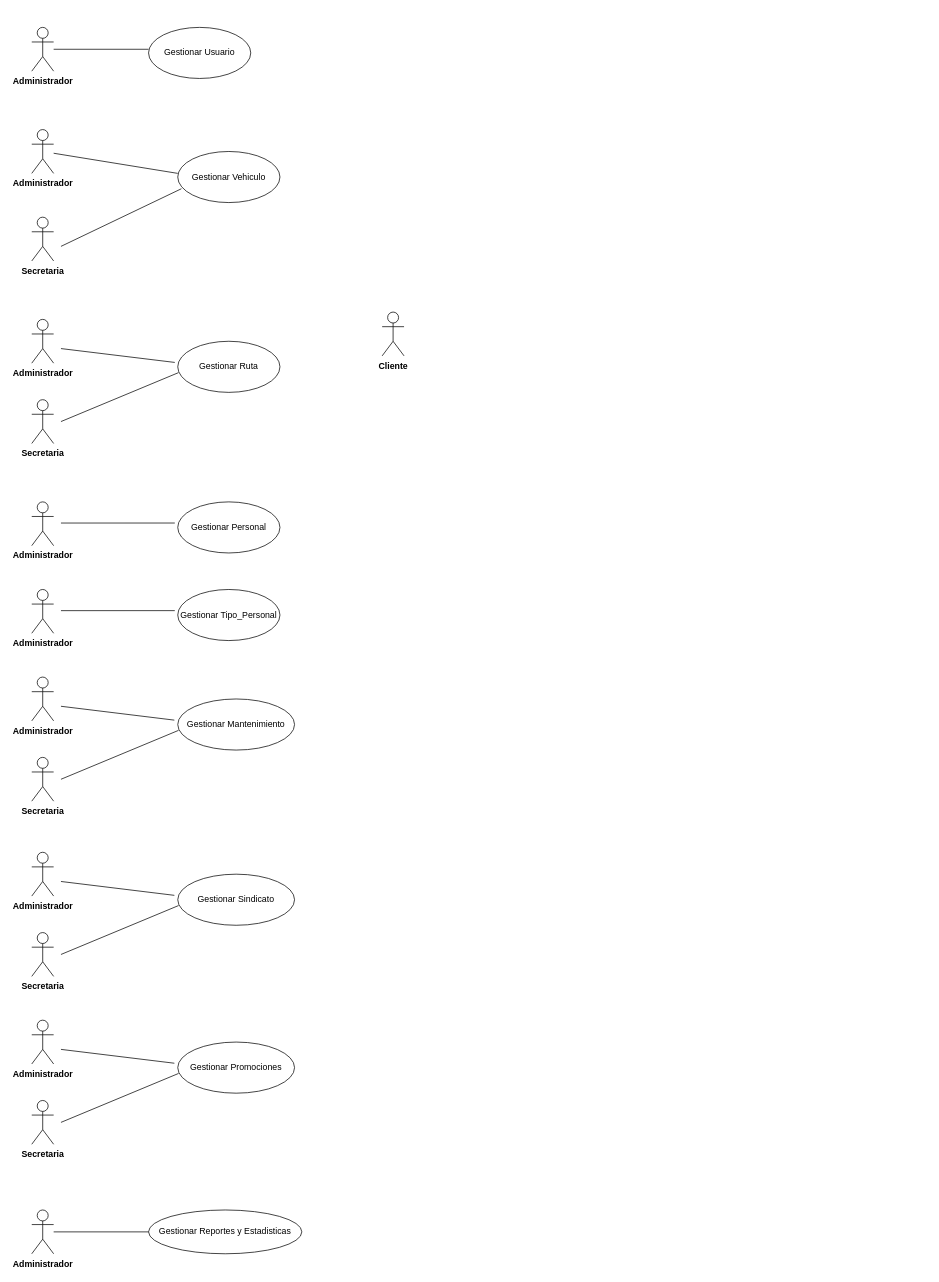
Before: page "actor-casodeuso" (4 of 10) of DIAGRAMA UML/sindicato2023.drawio in PANDITHAjr/WEB-TRANSPORTE-2022-2, a draw.io diagram. Source tidied: cells renumbered, new cells numbered last; positions are measured from the earlier drawing's top-left corner, leaving out a move shared by most shapes. Both pictures are drawn from the tidied source at 73%, with x=0, y=0 at pixel (31, 27).
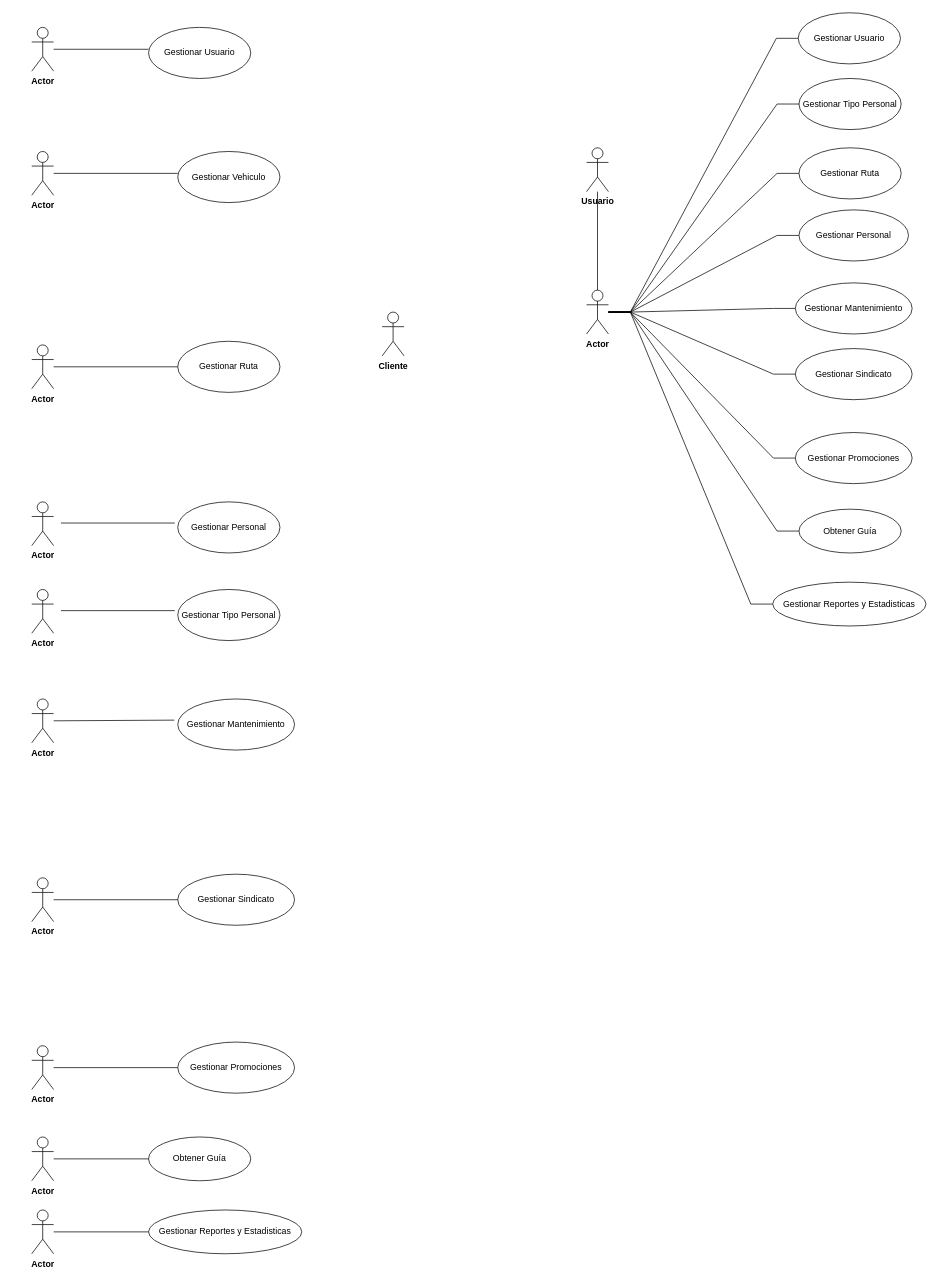
After the change.

Unchanged cells that the change refers to:
```xml
<mxCell id="7" value="Gestionar Vehiculo" style="ellipse;whiteSpace=wrap;html=1;" parent="1" vertex="1">
  <mxGeometry x="200" y="170" width="140" height="70" as="geometry" />
</mxCell>
<mxCell id="13" value="Gestionar Ruta" style="ellipse;whiteSpace=wrap;html=1;" parent="1" vertex="1">
  <mxGeometry x="200" y="430" width="140" height="70" as="geometry" />
</mxCell>
<mxCell id="24" value="Gestionar Mantenimiento" style="ellipse;whiteSpace=wrap;html=1;" parent="1" vertex="1">
  <mxGeometry x="200" y="920" width="160" height="70" as="geometry" />
</mxCell>
<mxCell id="29" value="Gestionar Sindicato" style="ellipse;whiteSpace=wrap;html=1;" parent="1" vertex="1">
  <mxGeometry x="200" y="1160" width="160" height="70" as="geometry" />
</mxCell>
<mxCell id="34" value="Gestionar Promociones" style="ellipse;whiteSpace=wrap;html=1;" parent="1" vertex="1">
  <mxGeometry x="200" y="1390" width="160" height="70" as="geometry" />
</mxCell>
```

Change to the diagram source:
```diff
@@
-    <mxCell id="2" value="Administrador" style="shape=umlActor;verticalLabelPosition=bottom;verticalAlign=top;html=1;fontStyle=1;" parent="1" vertex="1">
+    <mxCell id="2" value="Actor" style="shape=umlActor;verticalLabelPosition=bottom;verticalAlign=top;html=1;fontStyle=1;" parent="1" vertex="1">
       <mxGeometry width="30" height="60" as="geometry" />
     </mxCell>
-    <mxCell id="3" value="Secretaria" style="shape=umlActor;verticalLabelPosition=bottom;verticalAlign=top;html=1;fontStyle=1;" parent="1" vertex="1">
-      <mxGeometry y="260" width="30" height="60" as="geometry" />
-    </mxCell>
@@
-    <mxCell id="8" value="Administrador" style="shape=umlActor;verticalLabelPosition=bottom;verticalAlign=top;html=1;outlineConnect=0;fontStyle=1;" parent="1" vertex="1">
-      <mxGeometry y="140" width="30" height="60" as="geometry" />
+    <mxCell id="8" value="Actor" style="shape=umlActor;verticalLabelPosition=bottom;verticalAlign=top;html=1;outlineConnect=0;fontStyle=1;" parent="1" vertex="1">
+      <mxGeometry y="170" width="30" height="60" as="geometry" />
     </mxCell>
@@
-    <mxCell id="10" style="endArrow=none;html=1;rounded=0;entryX=0.036;entryY=0.729;entryDx=0;entryDy=0;entryPerimeter=0;" parent="1" edge="1" target="7">
-      <mxGeometry relative="1" as="geometry">
-        <mxPoint x="40" y="300" as="sourcePoint" />
-      </mxGeometry>
-    </mxCell>
-    <mxCell id="11" value="Administrador" style="shape=umlActor;verticalLabelPosition=bottom;verticalAlign=top;html=1;outlineConnect=0;fontStyle=1;" parent="1" vertex="1">
-      <mxGeometry y="400" width="30" height="60" as="geometry" />
+    <mxCell id="11" value="Actor" style="shape=umlActor;verticalLabelPosition=bottom;verticalAlign=top;html=1;outlineConnect=0;fontStyle=1;" parent="1" vertex="1">
+      <mxGeometry y="435" width="30" height="60" as="geometry" />
     </mxCell>
-    <mxCell id="12" value="Secretaria" style="shape=umlActor;verticalLabelPosition=bottom;verticalAlign=top;html=1;fontStyle=1;" parent="1" vertex="1">
-      <mxGeometry y="510" width="30" height="60" as="geometry" />
-    </mxCell>
@@
-    <mxCell id="14" style="endArrow=none;html=1;rounded=0;entryX=-0.029;entryY=0.414;entryDx=0;entryDy=0;entryPerimeter=0;" parent="1" edge="1" target="13">
-      <mxGeometry relative="1" as="geometry">
-        <mxPoint x="40" y="440" as="sourcePoint" />
-      </mxGeometry>
+    <mxCell id="14" style="endArrow=none;html=1;rounded=0;" parent="1" edge="1" source="11" target="13">
+      <mxGeometry relative="1" as="geometry" />
     </mxCell>
-    <mxCell id="15" style="endArrow=none;html=1;rounded=0;entryX=0.007;entryY=0.614;entryDx=0;entryDy=0;entryPerimeter=0;" parent="1" edge="1" target="13">
-      <mxGeometry relative="1" as="geometry">
-        <mxPoint x="40" y="540" as="sourcePoint" />
-      </mxGeometry>
-    </mxCell>
-    <mxCell id="16" value="Administrador" style="shape=umlActor;verticalLabelPosition=bottom;verticalAlign=top;html=1;fontStyle=1;" parent="1" vertex="1">
+    <mxCell id="16" value="Actor" style="shape=umlActor;verticalLabelPosition=bottom;verticalAlign=top;html=1;fontStyle=1;" parent="1" vertex="1">
       <mxGeometry y="650" width="30" height="60" as="geometry" />
     </mxCell>
@@
-    <mxCell id="19" value="Administrador" style="shape=umlActor;verticalLabelPosition=bottom;verticalAlign=top;html=1;fontStyle=1;" parent="1" vertex="1">
+    <mxCell id="19" value="Actor" style="shape=umlActor;verticalLabelPosition=bottom;verticalAlign=top;html=1;fontStyle=1;" parent="1" vertex="1">
       <mxGeometry y="770" width="30" height="60" as="geometry" />
     </mxCell>
-    <mxCell id="20" value="Gestionar Tipo_Personal" style="ellipse;whiteSpace=wrap;html=1;" parent="1" vertex="1">
+    <mxCell id="20" value="Gestionar Tipo Personal" style="ellipse;whiteSpace=wrap;html=1;" parent="1" vertex="1">
       <mxGeometry x="200" y="770" width="140" height="70" as="geometry" />
     </mxCell>
@@
-    <mxCell id="22" value="Administrador" style="shape=umlActor;verticalLabelPosition=bottom;verticalAlign=top;html=1;outlineConnect=0;fontStyle=1;" parent="1" vertex="1">
-      <mxGeometry y="890" width="30" height="60" as="geometry" />
+    <mxCell id="22" value="Actor" style="shape=umlActor;verticalLabelPosition=bottom;verticalAlign=top;html=1;outlineConnect=0;fontStyle=1;" parent="1" vertex="1">
+      <mxGeometry y="920" width="30" height="60" as="geometry" />
     </mxCell>
-    <mxCell id="23" value="Secretaria" style="shape=umlActor;verticalLabelPosition=bottom;verticalAlign=top;html=1;fontStyle=1;" parent="1" vertex="1">
-      <mxGeometry y="1000" width="30" height="60" as="geometry" />
-    </mxCell>
@@
-    <mxCell id="25" style="endArrow=none;html=1;rounded=0;entryX=-0.029;entryY=0.414;entryDx=0;entryDy=0;entryPerimeter=0;" parent="1" edge="1" target="24">
-      <mxGeometry relative="1" as="geometry">
-        <mxPoint x="40" y="930" as="sourcePoint" />
-      </mxGeometry>
+    <mxCell id="25" style="endArrow=none;html=1;rounded=0;entryX=-0.029;entryY=0.414;entryDx=0;entryDy=0;entryPerimeter=0;" parent="1" edge="1" source="22" target="24">
+      <mxGeometry relative="1" as="geometry" />
     </mxCell>
-    <mxCell id="26" style="endArrow=none;html=1;rounded=0;entryX=0.007;entryY=0.614;entryDx=0;entryDy=0;entryPerimeter=0;" parent="1" edge="1" target="24">
-      <mxGeometry relative="1" as="geometry">
-        <mxPoint x="40" y="1030" as="sourcePoint" />
-      </mxGeometry>
-    </mxCell>
-    <mxCell id="27" value="Administrador" style="shape=umlActor;verticalLabelPosition=bottom;verticalAlign=top;html=1;outlineConnect=0;fontStyle=1;" parent="1" vertex="1">
-      <mxGeometry y="1130" width="30" height="60" as="geometry" />
+    <mxCell id="27" value="Actor" style="shape=umlActor;verticalLabelPosition=bottom;verticalAlign=top;html=1;outlineConnect=0;fontStyle=1;" parent="1" vertex="1">
+      <mxGeometry y="1165" width="30" height="60" as="geometry" />
     </mxCell>
-    <mxCell id="28" value="Secretaria" style="shape=umlActor;verticalLabelPosition=bottom;verticalAlign=top;html=1;fontStyle=1;" parent="1" vertex="1">
-      <mxGeometry y="1240" width="30" height="60" as="geometry" />
-    </mxCell>
@@
-    <mxCell id="30" style="endArrow=none;html=1;rounded=0;entryX=-0.029;entryY=0.414;entryDx=0;entryDy=0;entryPerimeter=0;" parent="1" edge="1" target="29">
-      <mxGeometry relative="1" as="geometry">
-        <mxPoint x="40" y="1170" as="sourcePoint" />
-      </mxGeometry>
+    <mxCell id="30" style="endArrow=none;html=1;rounded=0;" parent="1" edge="1" source="27" target="29">
+      <mxGeometry relative="1" as="geometry" />
     </mxCell>
-    <mxCell id="31" style="endArrow=none;html=1;rounded=0;entryX=0.007;entryY=0.614;entryDx=0;entryDy=0;entryPerimeter=0;" parent="1" edge="1" target="29">
-      <mxGeometry relative="1" as="geometry">
-        <mxPoint x="40" y="1270" as="sourcePoint" />
-      </mxGeometry>
-    </mxCell>
-    <mxCell id="32" value="Administrador" style="shape=umlActor;verticalLabelPosition=bottom;verticalAlign=top;html=1;outlineConnect=0;fontStyle=1;" parent="1" vertex="1">
-      <mxGeometry y="1360" width="30" height="60" as="geometry" />
+    <mxCell id="32" value="Actor" style="shape=umlActor;verticalLabelPosition=bottom;verticalAlign=top;html=1;outlineConnect=0;fontStyle=1;" parent="1" vertex="1">
+      <mxGeometry y="1395" width="30" height="60" as="geometry" />
     </mxCell>
-    <mxCell id="33" value="Secretaria" style="shape=umlActor;verticalLabelPosition=bottom;verticalAlign=top;html=1;fontStyle=1;" parent="1" vertex="1">
-      <mxGeometry y="1470" width="30" height="60" as="geometry" />
-    </mxCell>
@@
-    <mxCell id="35" style="endArrow=none;html=1;rounded=0;entryX=-0.029;entryY=0.414;entryDx=0;entryDy=0;entryPerimeter=0;" parent="1" edge="1" target="34">
-      <mxGeometry relative="1" as="geometry">
-        <mxPoint x="40" y="1400" as="sourcePoint" />
-      </mxGeometry>
+    <mxCell id="35" style="endArrow=none;html=1;rounded=0;" parent="1" edge="1" source="32" target="34">
+      <mxGeometry relative="1" as="geometry" />
     </mxCell>
-    <mxCell id="36" style="endArrow=none;html=1;rounded=0;entryX=0.007;entryY=0.614;entryDx=0;entryDy=0;entryPerimeter=0;" parent="1" edge="1" target="34">
-      <mxGeometry relative="1" as="geometry">
-        <mxPoint x="40" y="1500" as="sourcePoint" />
-      </mxGeometry>
-    </mxCell>
-    <mxCell id="37" value="Administrador" style="shape=umlActor;verticalLabelPosition=bottom;verticalAlign=top;html=1;fontStyle=1;" parent="1" vertex="1">
+    <mxCell id="37" value="Actor" style="shape=umlActor;verticalLabelPosition=bottom;verticalAlign=top;html=1;fontStyle=1;" parent="1" vertex="1">
       <mxGeometry y="1620" width="30" height="60" as="geometry" />
     </mxCell>
@@
+    <mxCell id="40" value="Actor" style="shape=umlActor;verticalLabelPosition=bottom;verticalAlign=top;html=1;fontStyle=1;" parent="1" vertex="1">
+      <mxGeometry y="1520" width="30" height="60" as="geometry" />
+    </mxCell>
+    <mxCell id="41" value="Obtener Guía" style="ellipse;whiteSpace=wrap;html=1;" parent="1" vertex="1">
+      <mxGeometry x="160" y="1520" width="140" height="60" as="geometry" />
+    </mxCell>
+    <mxCell id="42" style="line;strokeWidth=1;dashed=0;labelPosition=right;align=left;verticalAlign=middle;spacingTop=0;spacingLeft=6;" parent="1" vertex="1">
+      <mxGeometry x="30" y="1545" width="130" height="10" as="geometry" />
+    </mxCell>
+    <mxCell id="43" value="Usuario" style="shape=umlActor;verticalLabelPosition=bottom;verticalAlign=top;html=1;outlineConnect=0;fontStyle=1;" parent="1" vertex="1">
+      <mxGeometry x="760" y="165" width="30" height="60" as="geometry" />
+    </mxCell>
+    <mxCell id="44" style="edgeStyle=entityRelationEdgeStyle;shape=connector;rounded=0;jettySize=auto;html=1;labelBackgroundColor=default;strokeColor=default;fontFamily=Helvetica;fontSize=11;fontColor=default;endArrow=none;" parent="1" edge="1" source="45" target="63">
+      <mxGeometry relative="1" as="geometry" />
+    </mxCell>
+    <mxCell id="45" value="Gestionar Ruta" style="ellipse;whiteSpace=wrap;html=1;" parent="1" vertex="1">
+      <mxGeometry x="1051" y="165" width="140" height="70" as="geometry" />
+    </mxCell>
+    <mxCell id="46" style="edgeStyle=entityRelationEdgeStyle;shape=connector;rounded=0;jettySize=auto;html=1;labelBackgroundColor=default;strokeColor=default;fontFamily=Helvetica;fontSize=11;fontColor=default;endArrow=none;" parent="1" edge="1" source="47" target="63">
+      <mxGeometry relative="1" as="geometry" />
+    </mxCell>
+    <mxCell id="47" value="Gestionar Personal" style="ellipse;whiteSpace=wrap;html=1;" parent="1" vertex="1">
+      <mxGeometry x="1051" y="250" width="150" height="70" as="geometry" />
+    </mxCell>
+    <mxCell id="48" style="edgeStyle=entityRelationEdgeStyle;shape=connector;rounded=0;jettySize=auto;html=1;labelBackgroundColor=default;strokeColor=default;fontFamily=Helvetica;fontSize=11;fontColor=default;endArrow=none;" parent="1" edge="1" source="49" target="63">
+      <mxGeometry relative="1" as="geometry" />
+    </mxCell>
+    <mxCell id="49" value="Gestionar Tipo Personal" style="ellipse;whiteSpace=wrap;html=1;" parent="1" vertex="1">
+      <mxGeometry x="1051" y="70" width="140" height="70" as="geometry" />
+    </mxCell>
+    <mxCell id="50" value="Gestionar Mantenimiento" style="ellipse;whiteSpace=wrap;html=1;" parent="1" vertex="1">
+      <mxGeometry x="1046" y="350" width="160" height="70" as="geometry" />
+    </mxCell>
+    <mxCell id="51" style="endArrow=none;html=1;rounded=0;edgeStyle=entityRelationEdgeStyle;" parent="1" edge="1" source="63" target="50">
+      <mxGeometry relative="1" as="geometry" />
+    </mxCell>
+    <mxCell id="52" value="Gestionar Sindicato" style="ellipse;whiteSpace=wrap;html=1;" parent="1" vertex="1">
+      <mxGeometry x="1046" y="440" width="160" height="70" as="geometry" />
+    </mxCell>
+    <mxCell id="53" style="endArrow=none;html=1;rounded=0;edgeStyle=entityRelationEdgeStyle;" parent="1" edge="1" source="63" target="52">
+      <mxGeometry relative="1" as="geometry" />
+    </mxCell>
+    <mxCell id="54" value="Gestionar Promociones" style="ellipse;whiteSpace=wrap;html=1;" parent="1" vertex="1">
+      <mxGeometry x="1046" y="555" width="160" height="70" as="geometry" />
+    </mxCell>
+    <mxCell id="55" style="endArrow=none;html=1;rounded=0;edgeStyle=entityRelationEdgeStyle;" parent="1" edge="1" source="63" target="54">
+      <mxGeometry relative="1" as="geometry" />
+    </mxCell>
+    <mxCell id="56" style="edgeStyle=entityRelationEdgeStyle;shape=connector;rounded=0;jettySize=auto;html=1;labelBackgroundColor=default;strokeColor=default;fontFamily=Helvetica;fontSize=11;fontColor=default;endArrow=none;" parent="1" edge="1" source="57" target="63">
+      <mxGeometry relative="1" as="geometry" />
+    </mxCell>
+    <mxCell id="57" value="Gestionar Reportes y Estadisticas" style="ellipse;whiteSpace=wrap;html=1;" parent="1" vertex="1">
+      <mxGeometry x="1015" y="760" width="210" height="60" as="geometry" />
+    </mxCell>
+    <mxCell id="58" style="edgeStyle=entityRelationEdgeStyle;rounded=0;jettySize=auto;html=1;fontSize=12;startSize=8;endSize=8;endArrow=none;endFill=0;" parent="1" edge="1" source="59" target="63">
+      <mxGeometry relative="1" as="geometry" />
+    </mxCell>
+    <mxCell id="59" value="Obtener Guía" style="ellipse;whiteSpace=wrap;html=1;" parent="1" vertex="1">
+      <mxGeometry x="1051" y="660" width="140" height="60" as="geometry" />
+    </mxCell>
+    <mxCell id="60" style="edgeStyle=none;shape=connector;rounded=0;jettySize=auto;html=1;labelBackgroundColor=default;strokeColor=default;fontFamily=Helvetica;fontSize=11;fontColor=default;endArrow=none;" parent="1" edge="1" source="63" target="43">
+      <mxGeometry relative="1" as="geometry" />
+    </mxCell>
+    <mxCell id="61" style="edgeStyle=entityRelationEdgeStyle;shape=connector;rounded=0;jettySize=auto;html=1;labelBackgroundColor=default;strokeColor=default;fontFamily=Helvetica;fontSize=11;fontColor=default;endArrow=none;" parent="1" edge="1" source="62" target="63">
+      <mxGeometry relative="1" as="geometry" />
+    </mxCell>
+    <mxCell id="62" value="Gestionar Usuario" style="ellipse;whiteSpace=wrap;html=1;" parent="1" vertex="1">
+      <mxGeometry x="1050" y="-20" width="140" height="70" as="geometry" />
+    </mxCell>
+    <mxCell id="63" value="Actor" style="shape=umlActor;verticalLabelPosition=bottom;verticalAlign=top;html=1;outlineConnect=0;fontStyle=1;" parent="1" vertex="1">
+      <mxGeometry x="760" y="360" width="30" height="60" as="geometry" />
+    </mxCell>
```
